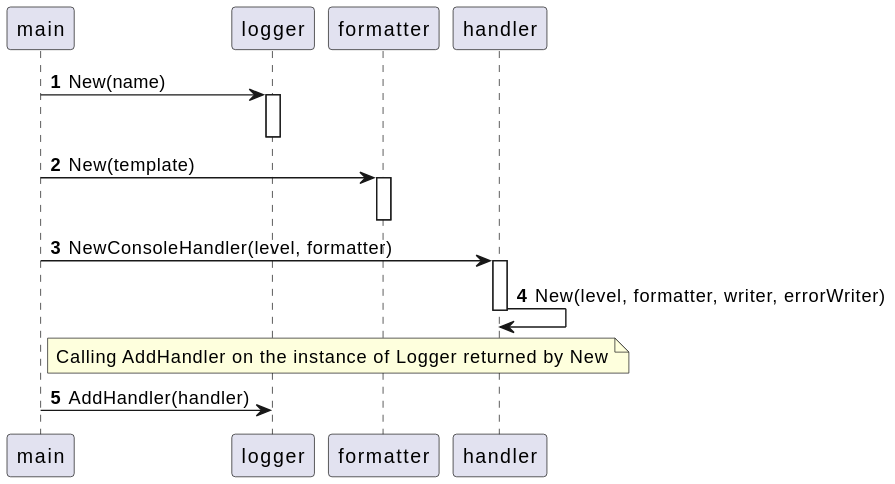
Before: docs/architecture/diagrams/svg/create_new_logger.svg, a diagram exported from PlantUML (dl1998/go-logging). Source of this version:
```plantuml
@startuml

autonumber

participant main
participant logger
participant formatter
participant handler

main -> logger: New(name)
activate logger
deactivate logger

main -> formatter: New(template)
activate formatter
deactivate formatter

main -> handler: NewConsoleHandler(level, formatter)
activate handler
handler -> handler: New(level, formatter, writer, errorWriter)
deactivate handler

note right of main: Calling AddHandler on the instance of Logger returned by New
main -> logger: AddHandler(handler)
@enduml
```
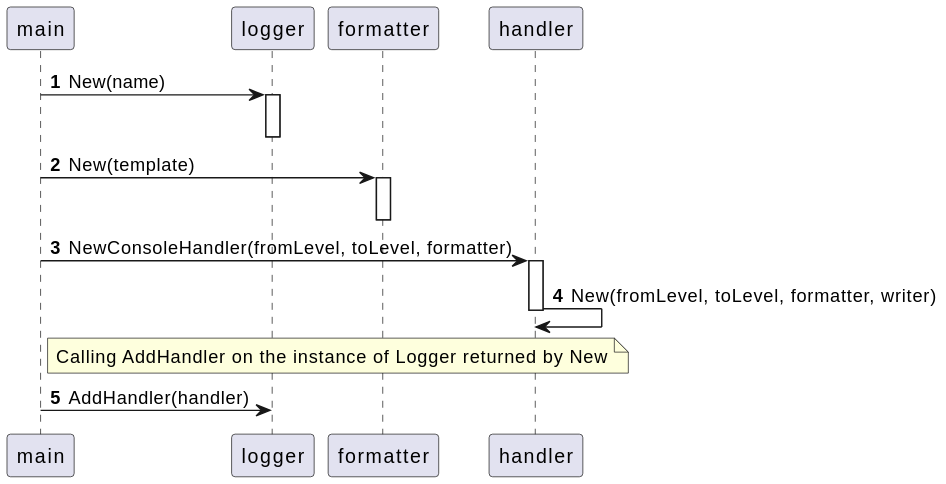
Above is the later version.

Commit message:
Update sequence diagram for creation of the new logger

Diff of the diagram source:
```diff
@@ -15,9 +15,9 @@
 activate formatter
 deactivate formatter
 
-main -> handler: NewConsoleHandler(level, formatter)
+main -> handler: NewConsoleHandler(fromLevel, toLevel, formatter)
 activate handler
-handler -> handler: New(level, formatter, writer, errorWriter)
+handler -> handler: New(fromLevel, toLevel, formatter, writer)
 deactivate handler
 
 note right of main: Calling AddHandler on the instance of Logger returned by New
```
